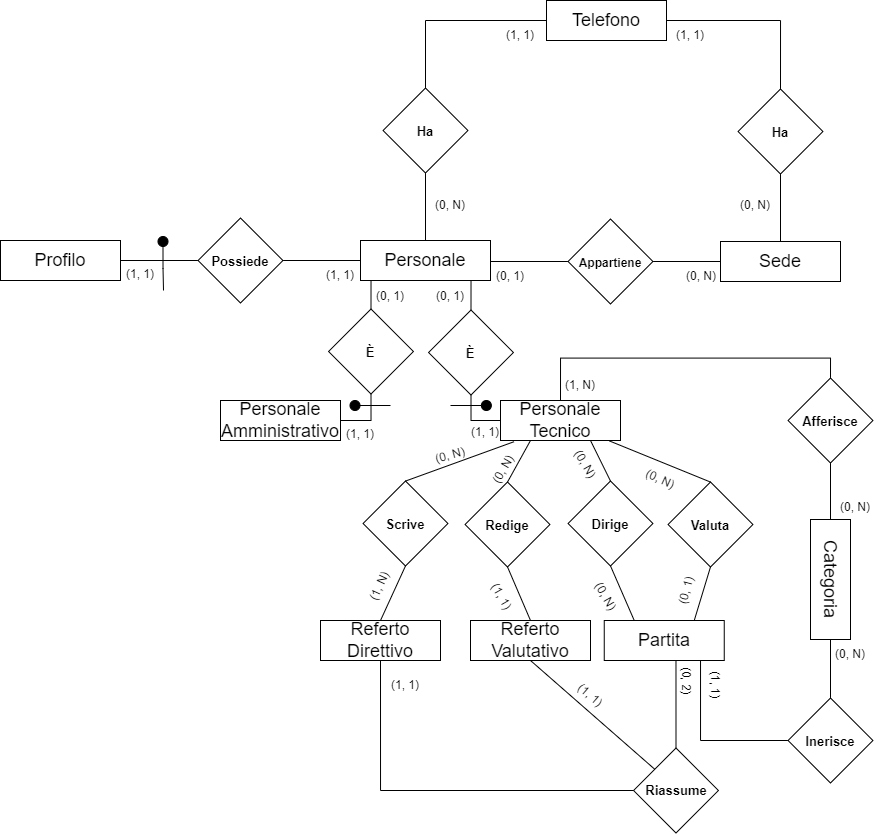
This is ERDiagram/WhistleERRistrutturato.drawio.png from savernike/DiagramsSet, a draw.io export, as it was before one commit. Source tidied: cells renumbered, new cells last; positions are measured from the earlier drawing's top-left corner, leaving out a move shared by most shapes.
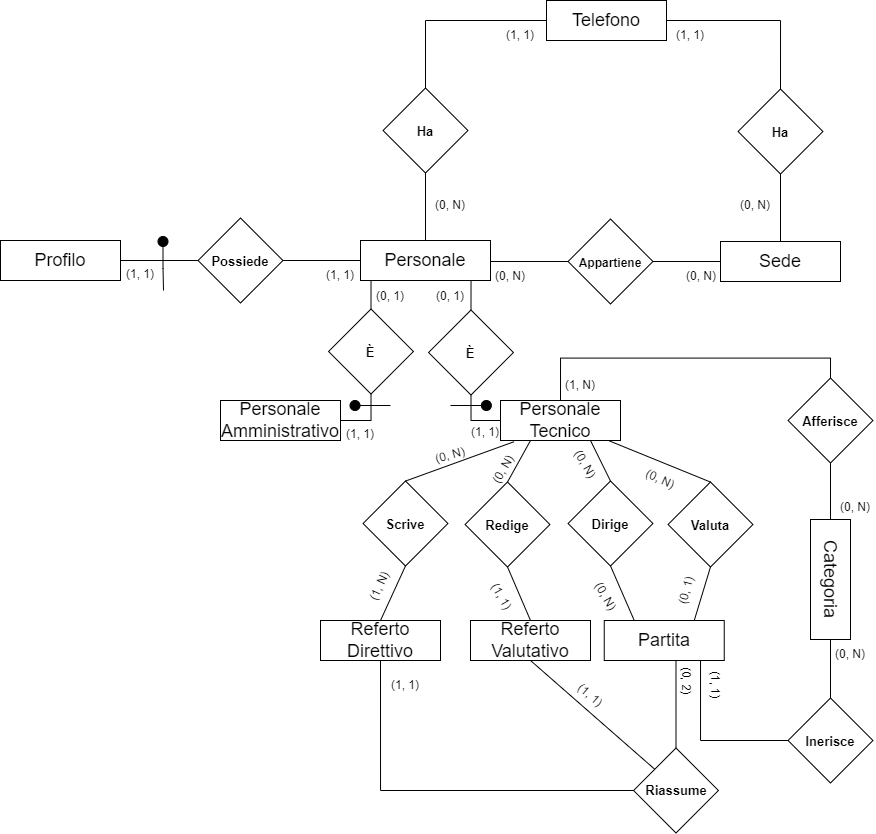
The same diagram one commit later.

Commit message:
Modifica cardinalità Appartiene

Diff of the diagram source:
```diff
@@ -135,7 +135,7 @@
     <mxCell id="43" value="(1, 1)" style="text;strokeColor=none;align=center;fillColor=none;html=1;verticalAlign=middle;whiteSpace=wrap;rounded=0;rotation=0;" parent="1" vertex="1">
       <mxGeometry x="120" y="259" width="40" height="30" as="geometry" />
     </mxCell>
-    <mxCell id="44" value="(0, 1)" style="text;strokeColor=none;align=center;fillColor=none;html=1;verticalAlign=middle;whiteSpace=wrap;rounded=0;rotation=0;" parent="1" vertex="1">
+    <mxCell id="44" value="(0, N)" style="text;strokeColor=none;align=center;fillColor=none;html=1;verticalAlign=middle;whiteSpace=wrap;rounded=0;rotation=0;" parent="1" vertex="1">
       <mxGeometry x="490" y="261" width="40" height="30" as="geometry" />
     </mxCell>
     <mxCell id="45" value="(0, N)" style="text;strokeColor=none;align=center;fillColor=none;html=1;verticalAlign=middle;whiteSpace=wrap;rounded=0;rotation=0;" parent="1" vertex="1">
```
